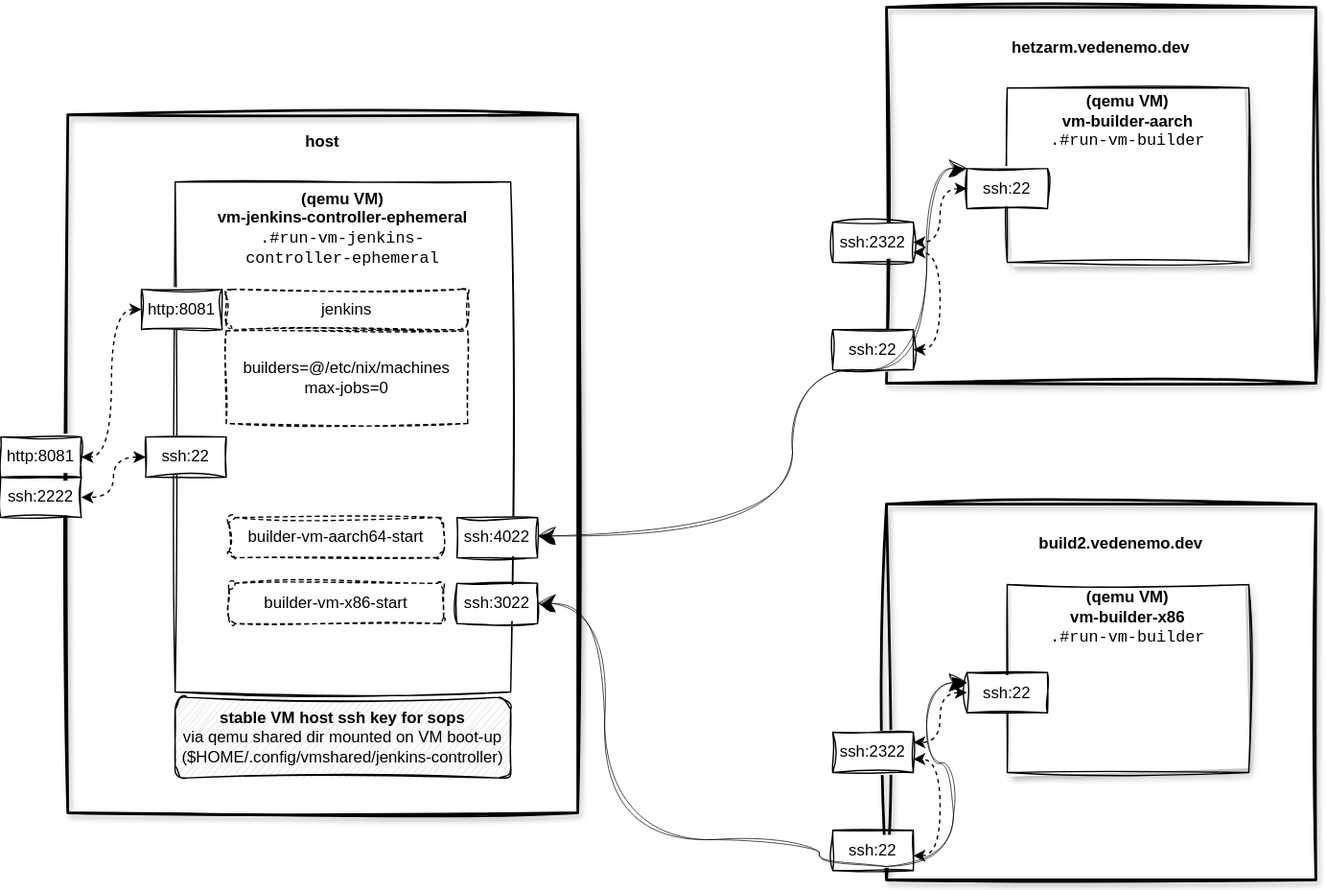
tiiuae/ci-vm-example keeps this draw.io diagram as doc/img/vm-jenkins-controller-ephemeral.svg. Above is the earlier version. Source tidied: cells renumbered, new cells last; positions are measured from the earlier drawing's top-left corner, leaving out a move shared by most shapes.
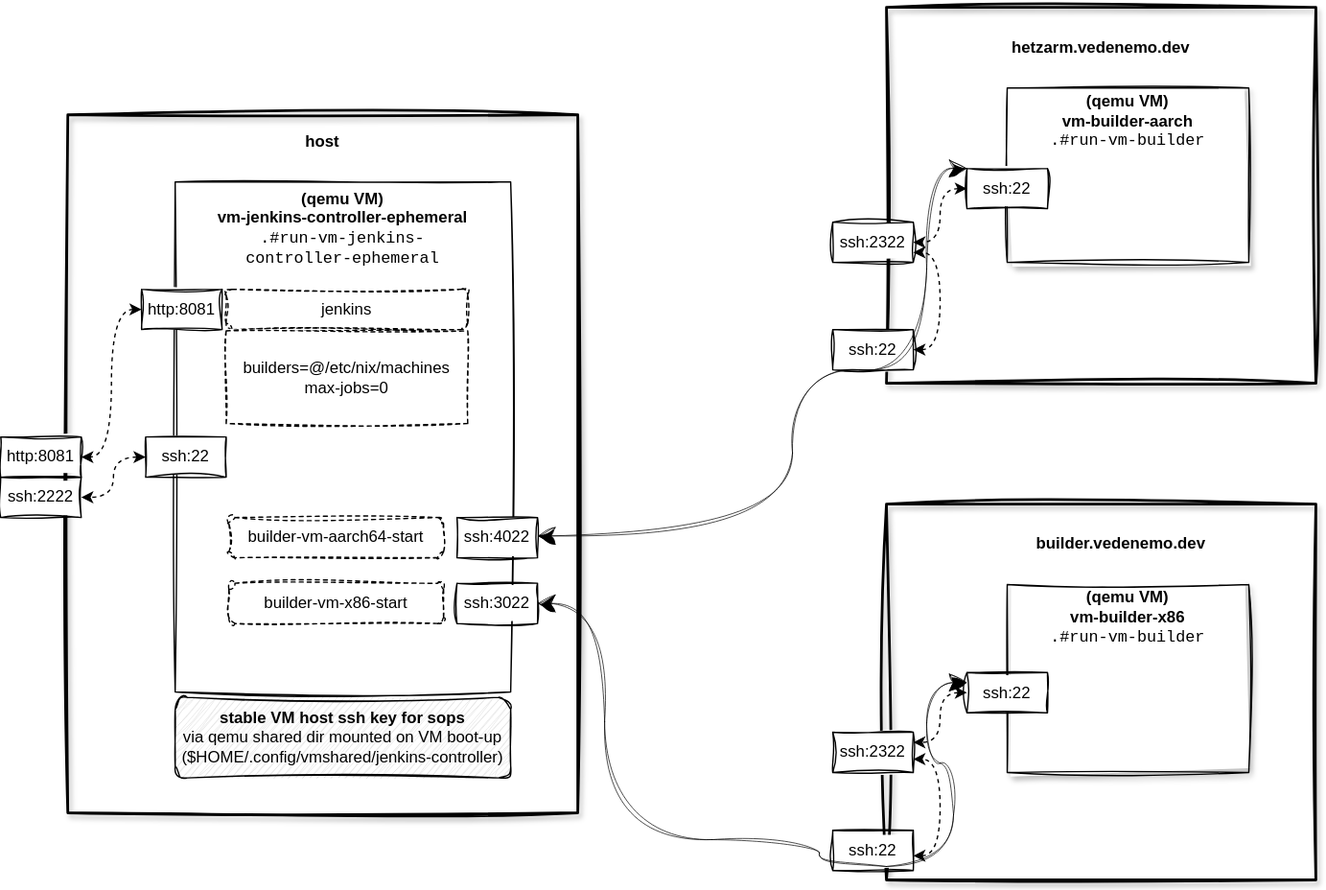
After the commit.

Commit message:
Refactor controller config

Diff of the diagram source:
```diff
@@ -47,7 +47,7 @@
     <mxCell id="16" style="rounded=0;whiteSpace=wrap;html=1;fillColor=none;strokeWidth=2;shadow=1;sketch=1;curveFitting=1;jiggle=2;" parent="1" vertex="1">
       <mxGeometry x="660" y="370" width="320" height="280" as="geometry" />
     </mxCell>
-    <mxCell id="17" value="&lt;b&gt;build2.vedenemo.dev&lt;/b&gt;" style="text;html=1;strokeColor=none;fillColor=none;align=center;verticalAlign=middle;whiteSpace=wrap;rounded=0;" parent="1" vertex="1">
+    <mxCell id="17" value="&lt;b&gt;builder.vedenemo.dev&lt;/b&gt;" style="text;html=1;strokeColor=none;fillColor=none;align=center;verticalAlign=middle;whiteSpace=wrap;rounded=0;" parent="1" vertex="1">
       <mxGeometry x="685" y="390" width="300" height="20" as="geometry" />
     </mxCell>
     <mxCell id="18" value="ssh:22" style="rounded=0;whiteSpace=wrap;html=1;glass=0;fillStyle=auto;fillColor=default;sketch=1;curveFitting=1;jiggle=2;" parent="1" vertex="1">
```
